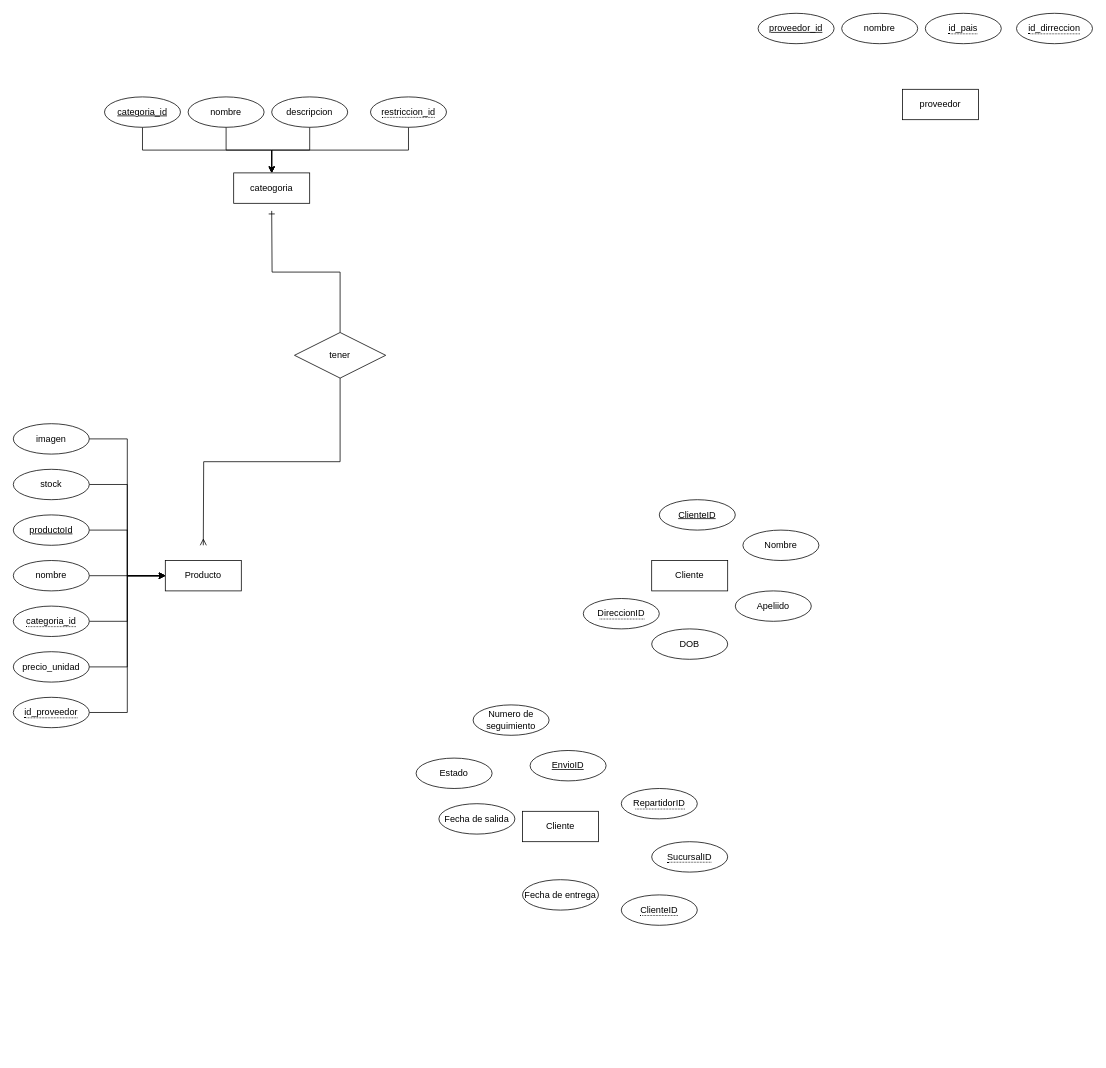
Above: ProyectoFinal.drawio in Angel-ISO/Diagramas (draw.io), before the change. Source tidied: cells renumbered, new cells numbered last; positions are measured from the earlier drawing's top-left corner, leaving out a move shared by most shapes. Both pictures are drawn from the tidied source at 76%, with x=0, y=0 at pixel (13, 13).
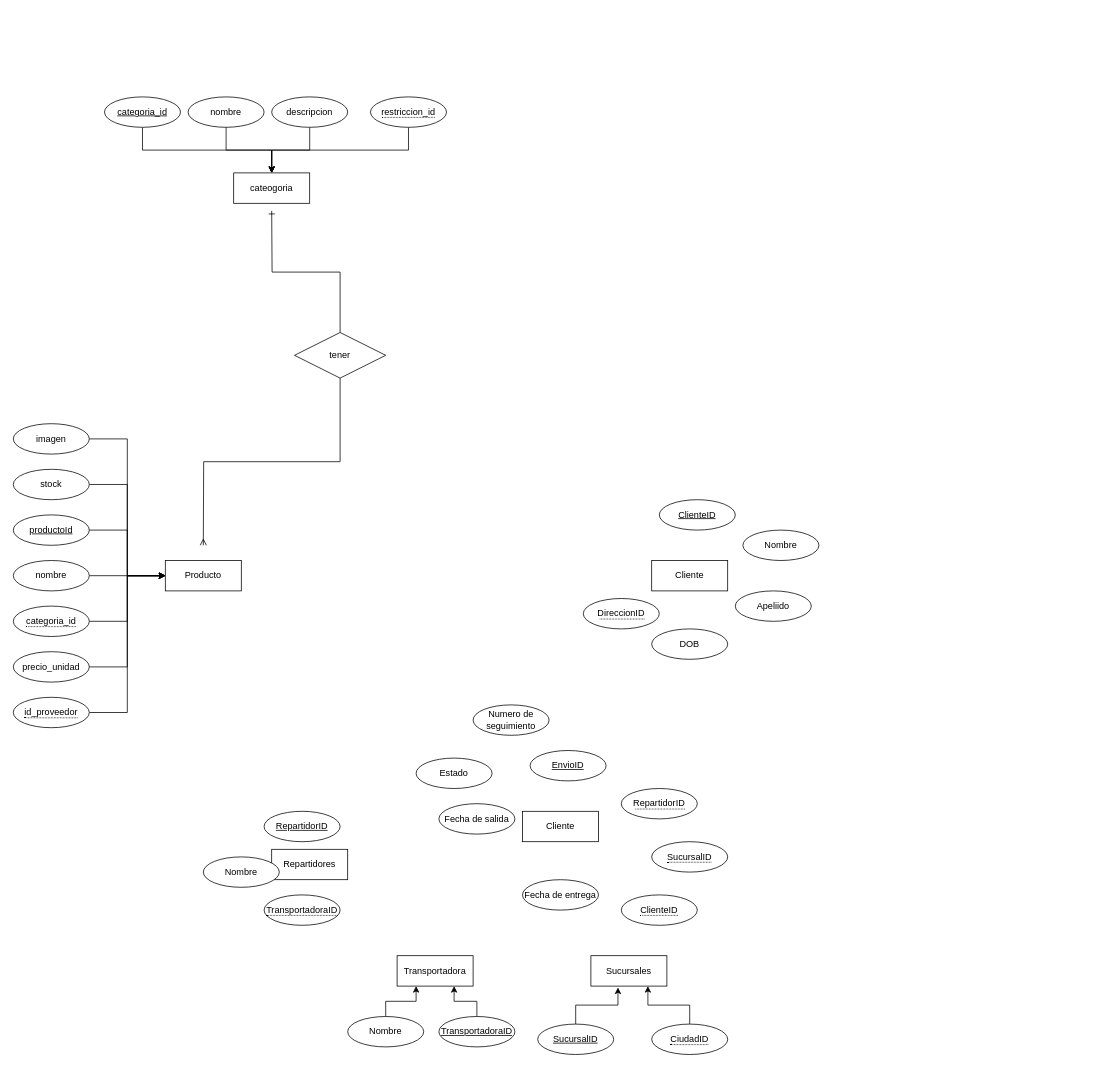
The same page after the edit.

What changed in the source:
```diff
@@
-    <mxCell id="35" value="proveedor" style="whiteSpace=wrap;html=1;align=center;" parent="1" vertex="1">
-      <mxGeometry x="1170" y="100" width="100" height="40" as="geometry" />
-    </mxCell>
@@
-    <mxCell id="37" value="&lt;span style=&quot;border-bottom: 1px dotted&quot;&gt;id_dirreccion&lt;/span&gt;" style="ellipse;whiteSpace=wrap;html=1;align=center;" parent="1" vertex="1">
-      <mxGeometry x="1320" width="100" height="40" as="geometry" />
-    </mxCell>
@@
-    <mxCell id="39" value="proveedor_id" style="ellipse;whiteSpace=wrap;html=1;align=center;fontStyle=4;" parent="1" vertex="1">
-      <mxGeometry x="980" width="100" height="40" as="geometry" />
-    </mxCell>
@@
-    <mxCell id="41" value="nombre" style="ellipse;whiteSpace=wrap;html=1;align=center;" parent="1" vertex="1">
-      <mxGeometry x="1090" width="100" height="40" as="geometry" />
-    </mxCell>
@@
-    <mxCell id="43" value="&lt;span style=&quot;border-bottom: 1px dotted&quot;&gt;id_pais&lt;/span&gt;" style="ellipse;whiteSpace=wrap;html=1;align=center;" parent="1" vertex="1">
-      <mxGeometry x="1200" width="100" height="40" as="geometry" />
-    </mxCell>
@@
+    <mxCell id="49" value="Repartidores" style="whiteSpace=wrap;html=1;align=center;" parent="1" vertex="1">
+      <mxGeometry x="340" y="1100" width="100" height="40" as="geometry" />
+    </mxCell>
+    <mxCell id="50" value="&lt;span style=&quot;border-bottom: 1px dotted&quot;&gt;TransportadoraID&lt;/span&gt;" style="ellipse;whiteSpace=wrap;html=1;align=center;" parent="1" vertex="1">
+      <mxGeometry x="330" y="1160" width="100" height="40" as="geometry" />
+    </mxCell>
+    <mxCell id="51" value="RepartidorID" style="ellipse;whiteSpace=wrap;html=1;align=center;fontStyle=4;" parent="1" vertex="1">
+      <mxGeometry x="330" y="1050" width="100" height="40" as="geometry" />
+    </mxCell>
+    <mxCell id="52" value="Nombre" style="ellipse;whiteSpace=wrap;html=1;align=center;" parent="1" vertex="1">
+      <mxGeometry x="250" y="1110" width="100" height="40" as="geometry" />
+    </mxCell>
+    <mxCell id="53" value="Transportadora" style="whiteSpace=wrap;html=1;align=center;" parent="1" vertex="1">
+      <mxGeometry x="505" y="1240" width="100" height="40" as="geometry" />
+    </mxCell>
+    <mxCell id="54" style="edgeStyle=orthogonalEdgeStyle;rounded=0;jettySize=auto;html=1;entryX=0.75;entryY=1;entryDx=0;entryDy=0;" parent="1" edge="1" source="55" target="53">
+      <mxGeometry relative="1" as="geometry" />
+    </mxCell>
+    <mxCell id="55" value="TransportadoraID" style="ellipse;whiteSpace=wrap;html=1;align=center;fontStyle=4;" parent="1" vertex="1">
+      <mxGeometry x="560" y="1320" width="100" height="40" as="geometry" />
+    </mxCell>
+    <mxCell id="56" style="edgeStyle=orthogonalEdgeStyle;rounded=0;jettySize=auto;html=1;entryX=0.25;entryY=1;entryDx=0;entryDy=0;" parent="1" edge="1" source="57" target="53">
+      <mxGeometry relative="1" as="geometry" />
+    </mxCell>
+    <mxCell id="57" value="Nombre" style="ellipse;whiteSpace=wrap;html=1;align=center;" parent="1" vertex="1">
+      <mxGeometry x="440" y="1320" width="100" height="40" as="geometry" />
+    </mxCell>
+    <mxCell id="58" value="Sucursales" style="whiteSpace=wrap;html=1;align=center;" parent="1" vertex="1">
+      <mxGeometry x="760" y="1240" width="100" height="40" as="geometry" />
+    </mxCell>
+    <mxCell id="59" value="SucursalID" style="ellipse;whiteSpace=wrap;html=1;align=center;fontStyle=4;" parent="1" vertex="1">
+      <mxGeometry x="690" y="1330" width="100" height="40" as="geometry" />
+    </mxCell>
+    <mxCell id="60" style="edgeStyle=orthogonalEdgeStyle;rounded=0;jettySize=auto;html=1;entryX=0.356;entryY=1.046;entryDx=0;entryDy=0;entryPerimeter=0;" parent="1" edge="1" source="59" target="58">
+      <mxGeometry relative="1" as="geometry" />
+    </mxCell>
+    <mxCell id="61" style="edgeStyle=orthogonalEdgeStyle;rounded=0;jettySize=auto;html=1;entryX=0.75;entryY=1;entryDx=0;entryDy=0;" parent="1" edge="1" source="62" target="58">
+      <mxGeometry relative="1" as="geometry" />
+    </mxCell>
+    <mxCell id="62" value="&lt;span style=&quot;border-bottom: 1px dotted&quot;&gt;CiudadID&lt;/span&gt;" style="ellipse;whiteSpace=wrap;html=1;align=center;" parent="1" vertex="1">
+      <mxGeometry x="840" y="1330" width="100" height="40" as="geometry" />
+    </mxCell>
```
